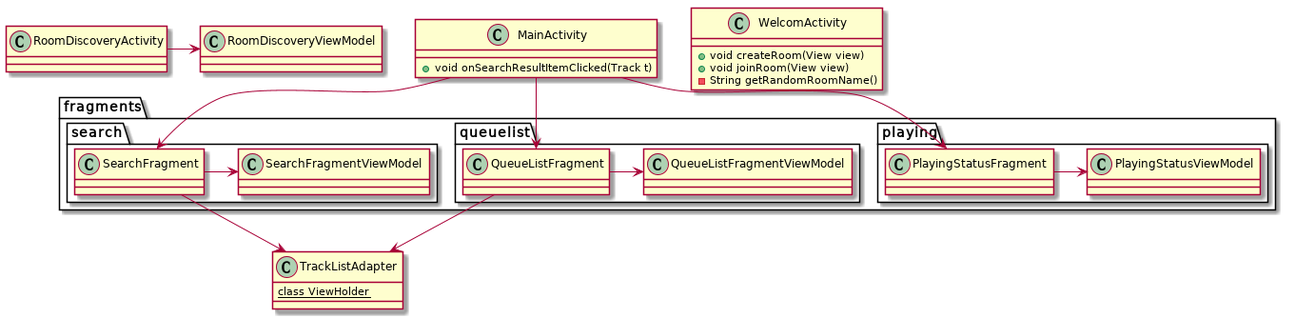
Earlier version of the PlantUML export out/docs/uml/class_diagram/view/view.png (vltmn/qdio).
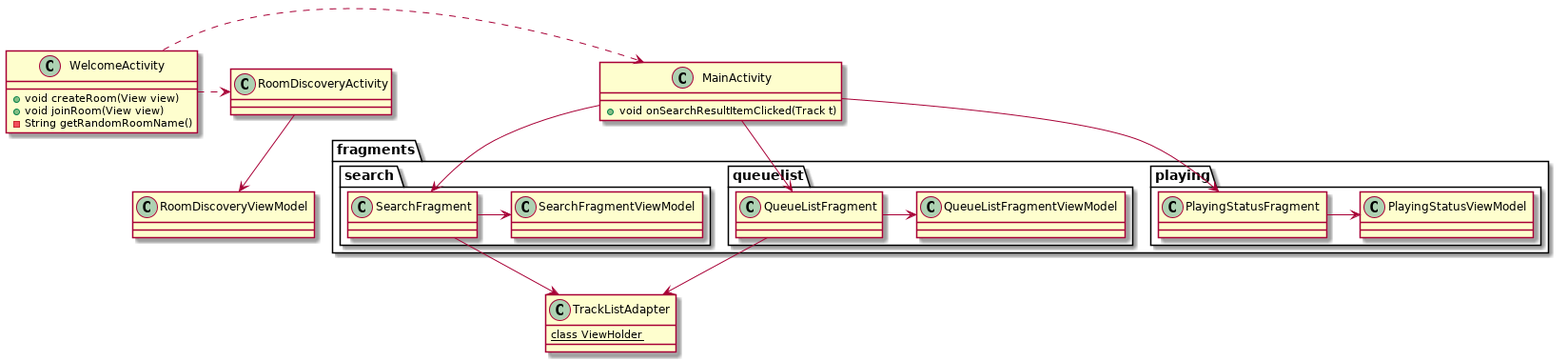
The same diagram one commit later.

Commit message:
updated view UML

What changed in the source:
```diff
@@ -1,5 +1,5 @@
 @startuml
-class WelcomActivity {
+class WelcomeActivity {
     + void createRoom(View view)
     + void joinRoom(View view)
     - String getRandomRoomName()
@@ -12,7 +12,7 @@
 
 class RoomDiscoveryViewModel
 
-RoomDiscoveryActivity -> RoomDiscoveryViewModel
+RoomDiscoveryActivity --> RoomDiscoveryViewModel
 
 class TrackListAdapter {
     {static} class ViewHolder
@@ -38,7 +38,8 @@
 
 SearchFragment --> TrackListAdapter
 QueueListFragment --> TrackListAdapter
-
+WelcomeActivity .> MainActivity
+WelcomeActivity .> RoomDiscoveryActivity
 MainActivity --> QueueListFragment
 MainActivity --> PlayingStatusFragment
 MainActivity --> SearchFragment
```
